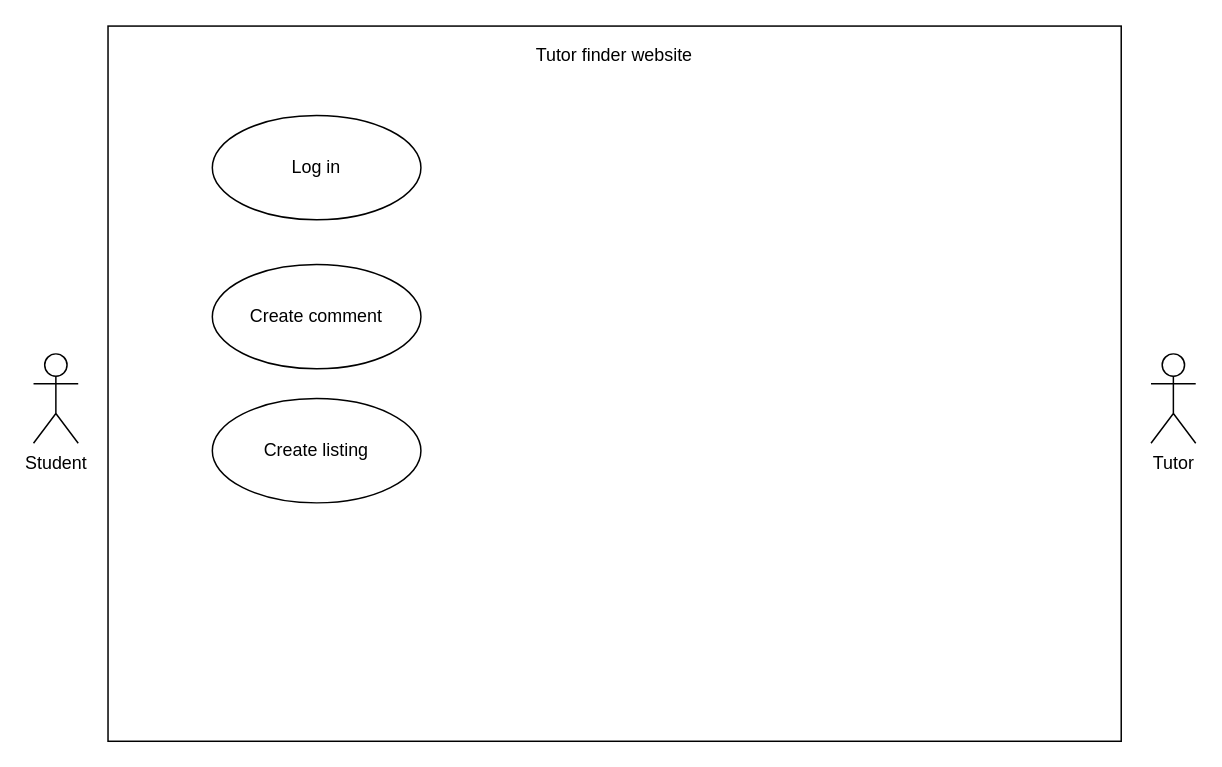
Above: PSI_use_case_diagram.drawio in vortex200/tutor-finder-files (draw.io), before the change. Source tidied: cells renumbered, new cells numbered last; positions are measured from the earlier drawing's top-left corner, leaving out a move shared by most shapes. Both pictures are drawn from the tidied source at 149%, with x=0, y=0 at pixel (33, 25).
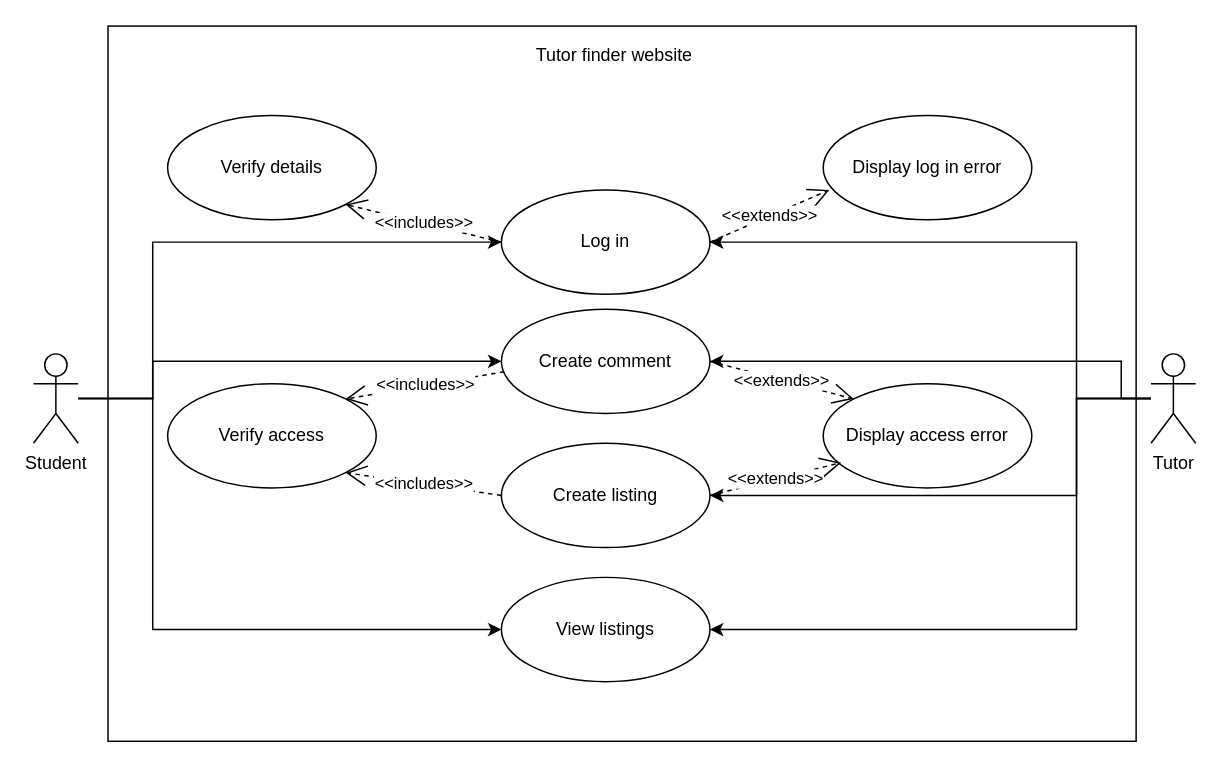
Above is the later version.

Unchanged cells that the change refers to:
```xml
<mxCell id="3" value="Student" style="shape=umlActor;verticalLabelPosition=bottom;verticalAlign=top;html=1;" parent="1" vertex="1">
  <mxGeometry y="220" width="30" height="60" as="geometry" />
</mxCell>
<mxCell id="4" value="Tutor" style="shape=umlActor;verticalLabelPosition=bottom;verticalAlign=top;html=1;" parent="1" vertex="1">
  <mxGeometry x="750" y="220" width="30" height="60" as="geometry" />
</mxCell>
```

Change to the diagram source:
```diff
@@
     <mxCell id="2" style="html=1;" parent="1" vertex="1">
-      <mxGeometry x="50" width="680" height="480" as="geometry" />
+      <mxGeometry x="50" width="690" height="480" as="geometry" />
     </mxCell>
+    <mxCell id="9" style="edgeStyle=orthogonalEdgeStyle;rounded=0;jettySize=auto;html=1;entryX=0;entryY=0.5;entryDx=0;entryDy=0;" parent="1" edge="1" source="3" target="5">
+      <mxGeometry relative="1" as="geometry">
+        <Array as="points">
+          <mxPoint x="80" y="250" />
+          <mxPoint x="80" y="145" />
+        </Array>
+      </mxGeometry>
+    </mxCell>
+    <mxCell id="10" style="edgeStyle=orthogonalEdgeStyle;rounded=0;jettySize=auto;html=1;entryX=0;entryY=0.5;entryDx=0;entryDy=0;" parent="1" edge="1" source="3" target="7">
+      <mxGeometry relative="1" as="geometry">
+        <Array as="points">
+          <mxPoint x="80" y="250" />
+          <mxPoint x="80" y="225" />
+        </Array>
+      </mxGeometry>
+    </mxCell>
+    <mxCell id="11" style="edgeStyle=orthogonalEdgeStyle;rounded=0;jettySize=auto;html=1;entryX=0;entryY=0.5;entryDx=0;entryDy=0;" parent="1" edge="1" source="3" target="26">
+      <mxGeometry relative="1" as="geometry">
+        <Array as="points">
+          <mxPoint x="80" y="250" />
+          <mxPoint x="80" y="405" />
+        </Array>
+      </mxGeometry>
+    </mxCell>
@@
+    <mxCell id="12" style="edgeStyle=orthogonalEdgeStyle;rounded=0;jettySize=auto;html=1;entryX=1;entryY=0.5;entryDx=0;entryDy=0;" parent="1" edge="1" source="4" target="5">
+      <mxGeometry relative="1" as="geometry">
+        <Array as="points">
+          <mxPoint x="700" y="250" />
+          <mxPoint x="700" y="145" />
+        </Array>
+      </mxGeometry>
+    </mxCell>
+    <mxCell id="13" style="edgeStyle=orthogonalEdgeStyle;rounded=0;jettySize=auto;html=1;entryX=1;entryY=0.5;entryDx=0;entryDy=0;" parent="1" edge="1" source="4" target="8">
+      <mxGeometry relative="1" as="geometry">
+        <Array as="points">
+          <mxPoint x="700" y="250" />
+          <mxPoint x="700" y="315" />
+        </Array>
+      </mxGeometry>
+    </mxCell>
+    <mxCell id="14" style="edgeStyle=orthogonalEdgeStyle;rounded=0;jettySize=auto;html=1;entryX=1;entryY=0.5;entryDx=0;entryDy=0;" parent="1" edge="1" source="4" target="26">
+      <mxGeometry relative="1" as="geometry">
+        <Array as="points">
+          <mxPoint x="700" y="250" />
+          <mxPoint x="700" y="405" />
+        </Array>
+      </mxGeometry>
+    </mxCell>
+    <mxCell id="15" style="edgeStyle=orthogonalEdgeStyle;rounded=0;jettySize=auto;html=1;entryX=1;entryY=0.5;entryDx=0;entryDy=0;" parent="1" edge="1" target="7">
+      <mxGeometry relative="1" as="geometry">
+        <mxPoint x="750" y="250" as="sourcePoint" />
+        <Array as="points">
+          <mxPoint x="730" y="250" />
+          <mxPoint x="730" y="225" />
+        </Array>
+      </mxGeometry>
+    </mxCell>
@@
     <mxCell id="5" value="Log in" style="ellipse;whiteSpace=wrap;html=1;" parent="1" vertex="1">
-      <mxGeometry x="120" y="60" width="140" height="70" as="geometry" />
+      <mxGeometry x="314" y="110" width="140" height="70" as="geometry" />
     </mxCell>
@@
     <mxCell id="7" value="Create comment" style="ellipse;whiteSpace=wrap;html=1;" parent="1" vertex="1">
-      <mxGeometry x="120" y="160" width="140" height="70" as="geometry" />
+      <mxGeometry x="314" y="190" width="140" height="70" as="geometry" />
     </mxCell>
     <mxCell id="8" value="Create listing" style="ellipse;whiteSpace=wrap;html=1;" parent="1" vertex="1">
-      <mxGeometry x="120" y="250" width="140" height="70" as="geometry" />
+      <mxGeometry x="314" y="280" width="140" height="70" as="geometry" />
     </mxCell>
+    <mxCell id="16" value="Verify details" style="ellipse;whiteSpace=wrap;html=1;" parent="1" vertex="1">
+      <mxGeometry x="90" y="60" width="140" height="70" as="geometry" />
+    </mxCell>
+    <mxCell id="17" value="Display log in error" style="ellipse;whiteSpace=wrap;html=1;" parent="1" vertex="1">
+      <mxGeometry x="530" y="60" width="140" height="70" as="geometry" />
+    </mxCell>
+    <mxCell id="18" value="&amp;lt;&amp;lt;includes&amp;gt;&amp;gt;" style="endArrow=open;endSize=12;dashed=1;html=1;exitX=0;exitY=0.5;exitDx=0;exitDy=0;entryX=1;entryY=1;entryDx=0;entryDy=0;" parent="1" edge="1" source="5" target="16">
+      <mxGeometry relative="1" as="geometry" />
+    </mxCell>
+    <mxCell id="19" value="&amp;lt;&amp;lt;extends&amp;gt;&amp;gt;" style="endArrow=open;endSize=12;dashed=1;html=1;entryX=0.029;entryY=0.714;entryDx=0;entryDy=0;exitX=1;exitY=0.5;exitDx=0;exitDy=0;entryPerimeter=0;" parent="1" edge="1" source="5" target="17">
+      <mxGeometry relative="1" as="geometry" />
+    </mxCell>
+    <mxCell id="20" value="Display access error" style="ellipse;whiteSpace=wrap;html=1;" parent="1" vertex="1">
+      <mxGeometry x="530" y="240" width="140" height="70" as="geometry" />
+    </mxCell>
+    <mxCell id="21" value="Verify access" style="ellipse;whiteSpace=wrap;html=1;" parent="1" vertex="1">
+      <mxGeometry x="90" y="240" width="140" height="70" as="geometry" />
+    </mxCell>
+    <mxCell id="22" value="&amp;lt;&amp;lt;includes&amp;gt;&amp;gt;" style="endArrow=open;endSize=12;dashed=1;html=1;exitX=0.014;exitY=0.6;exitDx=0;exitDy=0;exitPerimeter=0;entryX=1;entryY=0;entryDx=0;entryDy=0;" parent="1" edge="1" source="7" target="21">
+      <mxGeometry relative="1" as="geometry" />
+    </mxCell>
+    <mxCell id="23" value="&amp;lt;&amp;lt;includes&amp;gt;&amp;gt;" style="endArrow=open;endSize=12;dashed=1;html=1;exitX=0;exitY=0.5;exitDx=0;exitDy=0;entryX=1;entryY=1;entryDx=0;entryDy=0;" parent="1" edge="1" source="8" target="21">
+      <mxGeometry relative="1" as="geometry" />
+    </mxCell>
+    <mxCell id="24" value="&amp;lt;&amp;lt;extends&amp;gt;&amp;gt;" style="endArrow=open;endSize=12;dashed=1;html=1;entryX=0;entryY=0;entryDx=0;entryDy=0;exitX=1;exitY=0.5;exitDx=0;exitDy=0;" parent="1" edge="1" source="7" target="20">
+      <mxGeometry relative="1" as="geometry" />
+    </mxCell>
+    <mxCell id="25" value="&amp;lt;&amp;lt;extends&amp;gt;&amp;gt;" style="endArrow=open;endSize=12;dashed=1;html=1;entryX=0.086;entryY=0.757;entryDx=0;entryDy=0;exitX=1;exitY=0.5;exitDx=0;exitDy=0;entryPerimeter=0;" parent="1" edge="1" source="8" target="20">
+      <mxGeometry relative="1" as="geometry" />
+    </mxCell>
+    <mxCell id="26" value="View listings" style="ellipse;whiteSpace=wrap;html=1;" parent="1" vertex="1">
+      <mxGeometry x="314" y="370" width="140" height="70" as="geometry" />
+    </mxCell>
```
